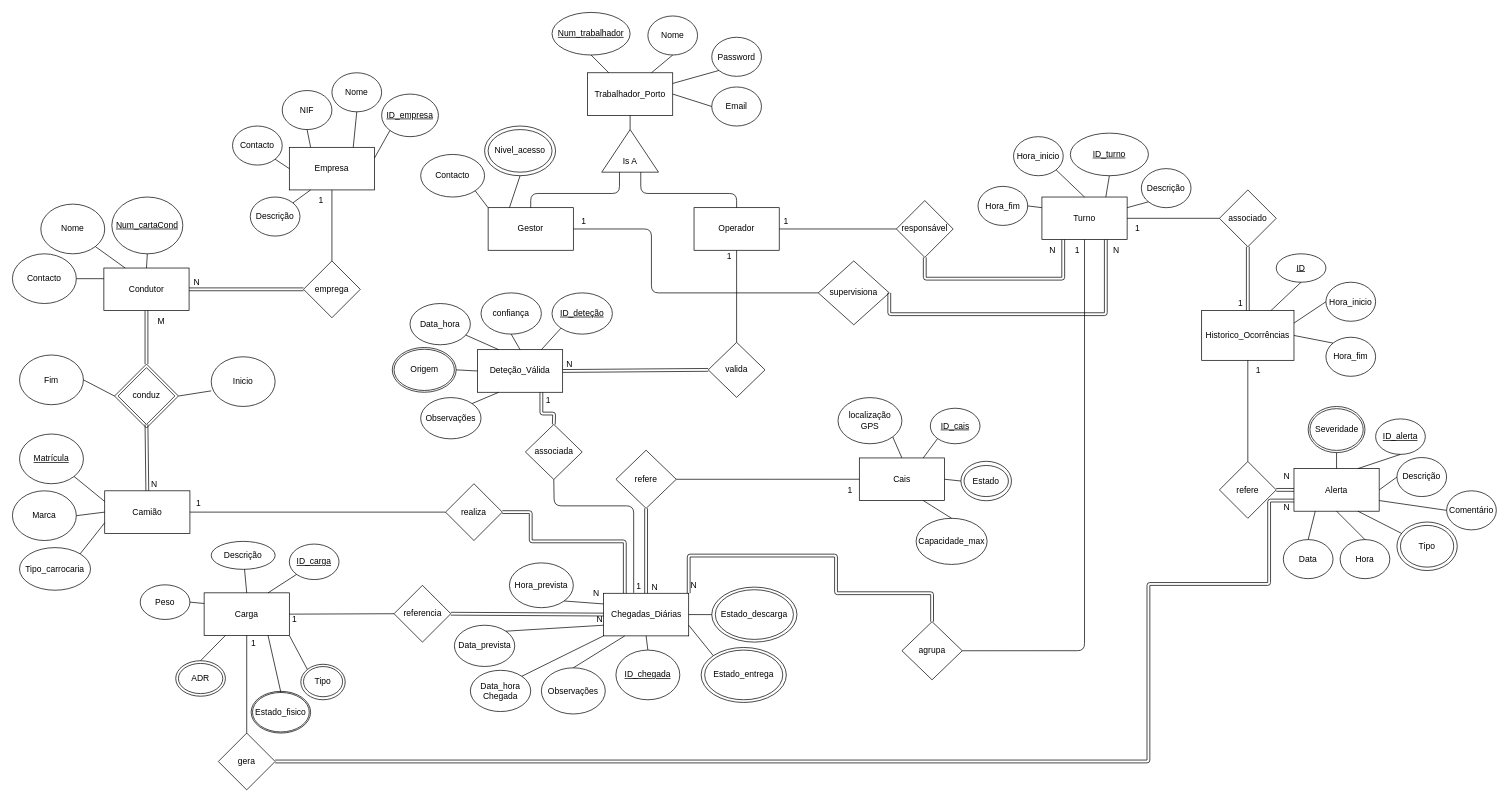
The draw.io diagram docs/BD/Relacional/DER-BD-IntelligentLogistics.drawio in PEI-HAZARDS/IntelligentLogistics, before the edit. Source tidied: cells renumbered, new cells numbered last; positions are measured from the earlier drawing's top-left corner, leaving out a move shared by most shapes. Both pictures are drawn from the tidied source at 71%, with x=0, y=0 at pixel (12, 12).
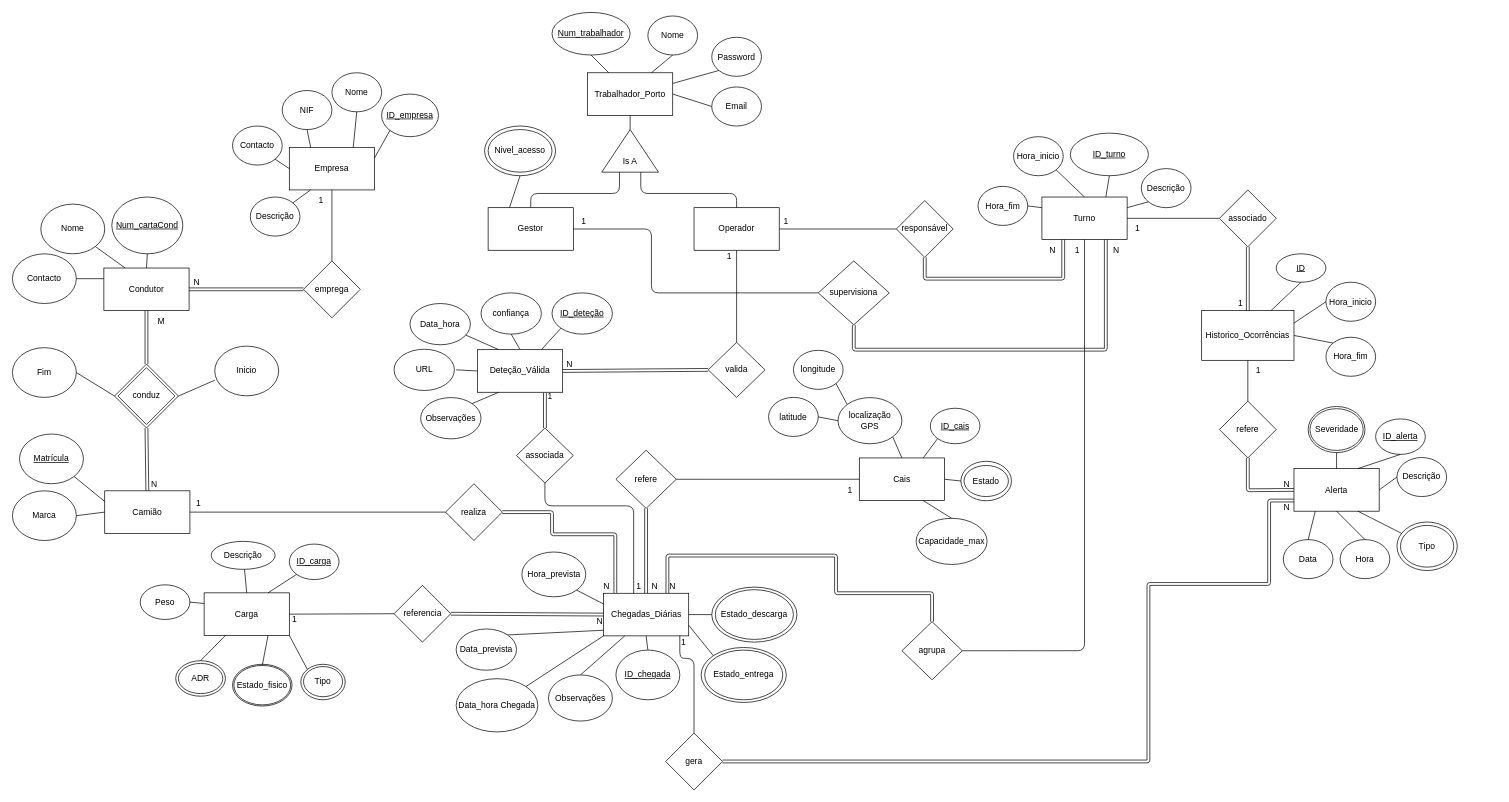
The same diagram, later.

Unchanged cells that the change refers to:
```xml
<mxCell id="2" style="rhombus;whiteSpace=wrap;html=1;" parent="1" vertex="1">
  <mxGeometry x="143.8" y="495.3" width="90" height="90" as="geometry" />
</mxCell>
<mxCell id="3" value="Alerta" style="rounded=0;whiteSpace=wrap;html=1;" parent="1" vertex="1">
  <mxGeometry x="1805" y="642.5" width="120" height="60" as="geometry" />
</mxCell>
<mxCell id="5" value="Chegadas_Diárias" style="rounded=0;whiteSpace=wrap;html=1;" parent="1" vertex="1">
  <mxGeometry x="832.5" y="818.1" width="120" height="60" as="geometry" />
</mxCell>
<mxCell id="6" value="Camião" style="rounded=0;whiteSpace=wrap;html=1;" parent="1" vertex="1">
  <mxGeometry x="130" y="673.8" width="120" height="60" as="geometry" />
</mxCell>
<mxCell id="7" value="Gestor" style="rounded=0;whiteSpace=wrap;html=1;" parent="1" vertex="1">
  <mxGeometry x="670" y="275" width="120" height="60" as="geometry" />
</mxCell>
<mxCell id="8" value="Carga" style="rounded=0;whiteSpace=wrap;html=1;" parent="1" vertex="1">
  <mxGeometry x="270" y="817.5" width="120" height="60" as="geometry" />
</mxCell>
<mxCell id="11" value="Turno" style="rounded=0;whiteSpace=wrap;html=1;" parent="1" vertex="1">
  <mxGeometry x="1450" y="260" width="120" height="60" as="geometry" />
</mxCell>
<mxCell id="88" value="localização GPS" style="ellipse;whiteSpace=wrap;html=1;" parent="1" vertex="1">
  <mxGeometry x="1162.8" y="542.5" width="90" height="65" as="geometry" />
</mxCell>
<mxCell id="118" value="supervisiona" style="rhombus;whiteSpace=wrap;html=1;" parent="1" vertex="1">
  <mxGeometry x="1135" y="350" width="100" height="90" as="geometry" />
</mxCell>
<mxCell id="138" value="realiza" style="rhombus;whiteSpace=wrap;html=1;" parent="1" vertex="1">
  <mxGeometry x="610" y="663.8" width="80" height="80" as="geometry" />
</mxCell>
<mxCell id="145" value="agrupa" style="rhombus;whiteSpace=wrap;html=1;" parent="1" vertex="1">
  <mxGeometry x="1252.8" y="858.1" width="85" height="81.9" as="geometry" />
</mxCell>
<mxCell id="160" value="Deteção_Válida" style="rounded=0;whiteSpace=wrap;html=1;" parent="1" vertex="1">
  <mxGeometry x="655" y="475" width="120" height="60" as="geometry" />
</mxCell>
<mxCell id="174" value="1" style="text;html=1;align=center;verticalAlign=middle;whiteSpace=wrap;rounded=0;" parent="1" vertex="1">
  <mxGeometry x="875" y="798.1" width="15" height="20" as="geometry" />
</mxCell>
<mxCell id="190" value="conduz" style="rhombus;whiteSpace=wrap;html=1;" parent="1" vertex="1">
  <mxGeometry x="148.8" y="500.3" width="80" height="80" as="geometry" />
</mxCell>
```

The edit, as a diff of the source:
```diff
@@
+    <mxCell id="30" style="endArrow=none;html=1;entryX=0.01;entryY=0.867;entryDx=0;entryDy=0;exitX=1;exitY=0;exitDx=0;exitDy=0;entryPerimeter=0;" parent="1" edge="1" source="28" target="5">
+      <mxGeometry relative="1" as="geometry" />
+    </mxCell>
@@
-    <mxCell id="18" value="Tipo_carrocaria" style="ellipse;whiteSpace=wrap;html=1;" parent="1" vertex="1">
-      <mxGeometry x="10" y="753.8" width="100" height="60" as="geometry" />
-    </mxCell>
-    <mxCell id="19" style="endArrow=none;html=1;entryX=1;entryY=0;entryDx=0;entryDy=0;exitX=0;exitY=0.75;exitDx=0;exitDy=0;" parent="1" edge="1" source="6" target="18">
-      <mxGeometry relative="1" as="geometry" />
-    </mxCell>
@@
     <mxCell id="28" value="Data_prevista" style="ellipse;whiteSpace=wrap;html=1;" parent="1" vertex="1">
-      <mxGeometry x="622.5" y="863.1" width="85" height="58.1" as="geometry" />
+      <mxGeometry x="625" y="868.4" width="85" height="58.1" as="geometry" />
     </mxCell>
     <mxCell id="29" value="Hora_prevista" style="ellipse;whiteSpace=wrap;html=1;" parent="1" vertex="1">
-      <mxGeometry x="700" y="775.3" width="90" height="63.1" as="geometry" />
+      <mxGeometry x="717.5" y="760" width="90" height="63.1" as="geometry" />
     </mxCell>
-    <mxCell id="30" style="endArrow=none;html=1;entryX=0;entryY=0.75;entryDx=0;entryDy=0;exitX=1;exitY=0;exitDx=0;exitDy=0;" parent="1" edge="1" source="28" target="5">
-      <mxGeometry relative="1" as="geometry" />
-    </mxCell>
@@
     <mxCell id="37" value="Observações" style="ellipse;whiteSpace=wrap;html=1;" parent="1" vertex="1">
-      <mxGeometry x="745" y="923.1" width="90" height="65" as="geometry" />
+      <mxGeometry x="755" y="933.1" width="90" height="65" as="geometry" />
     </mxCell>
@@
-    <mxCell id="54" value="Contacto" style="ellipse;whiteSpace=wrap;html=1;" parent="1" vertex="1">
-      <mxGeometry x="575" y="200" width="90" height="60" as="geometry" />
-    </mxCell>
@@
-    <mxCell id="56" style="endArrow=none;html=1;exitX=1;exitY=1;exitDx=0;exitDy=0;entryX=0;entryY=0;entryDx=0;entryDy=0;" parent="1" edge="1" source="54" target="7">
-      <mxGeometry relative="1" as="geometry" />
-    </mxCell>
@@
-    <mxCell id="120" style="endArrow=none;html=1;exitX=1;exitY=0.5;exitDx=0;exitDy=0;entryX=0.75;entryY=1;entryDx=0;entryDy=0;shape=link;edgeStyle=orthogonalEdgeStyle;" parent="1" edge="1" source="118" target="11">
+    <mxCell id="120" style="endArrow=none;html=1;exitX=0.5;exitY=1;exitDx=0;exitDy=0;entryX=0.75;entryY=1;entryDx=0;entryDy=0;shape=link;edgeStyle=orthogonalEdgeStyle;" parent="1" edge="1" source="118" target="11">
       <mxGeometry relative="1" as="geometry">
         <Array as="points">
-          <mxPoint x="1235" y="425" />
-          <mxPoint x="1540" y="425" />
+          <mxPoint x="1185" y="475" />
+          <mxPoint x="1540" y="475" />
         </Array>
       </mxGeometry>
     </mxCell>
@@
     <mxCell id="126" value="refere" style="rhombus;whiteSpace=wrap;html=1;" parent="1" vertex="1">
-      <mxGeometry x="1700" y="632.5" width="80" height="80" as="geometry" />
+      <mxGeometry x="1700" y="547.5" width="80" height="80" as="geometry" />
     </mxCell>
@@
-    <mxCell id="131" style="endArrow=none;html=1;exitX=0;exitY=0.5;exitDx=0;exitDy=0;entryX=1;entryY=0.5;entryDx=0;entryDy=0;shape=link;" parent="1" edge="1" source="3" target="126">
-      <mxGeometry relative="1" as="geometry" />
+    <mxCell id="131" style="endArrow=none;html=1;exitX=0;exitY=0.5;exitDx=0;exitDy=0;entryX=0.5;entryY=1;entryDx=0;entryDy=0;shape=link;" parent="1" edge="1" source="3" target="126">
+      <mxGeometry relative="1" as="geometry">
+        <Array as="points">
+          <mxPoint x="1740" y="673" />
+        </Array>
+      </mxGeometry>
     </mxCell>
     <mxCell id="132" value="N" style="text;html=1;align=center;verticalAlign=middle;whiteSpace=wrap;rounded=0;" parent="1" vertex="1">
-      <mxGeometry x="1780" y="639.4" width="30" height="30" as="geometry" />
+      <mxGeometry x="1780" y="650" width="30" height="30" as="geometry" />
     </mxCell>
@@
     <mxCell id="136" value="N" style="text;html=1;align=center;verticalAlign=middle;whiteSpace=wrap;rounded=0;" parent="1" vertex="1">
-      <mxGeometry x="875" y="795" width="60" height="30" as="geometry" />
+      <mxGeometry x="895" y="793.1" width="20" height="30" as="geometry" />
     </mxCell>
@@
     <mxCell id="141" value="N" style="text;html=1;align=center;verticalAlign=middle;whiteSpace=wrap;rounded=0;" parent="1" vertex="1">
-      <mxGeometry x="945" y="791.9" width="30" height="30" as="geometry" />
+      <mxGeometry x="915" y="793.1" width="30" height="30" as="geometry" />
     </mxCell>
-    <mxCell id="142" style="endArrow=none;html=1;exitX=0.25;exitY=0;exitDx=0;exitDy=0;entryX=1;entryY=0.5;entryDx=0;entryDy=0;shape=link;edgeStyle=orthogonalEdgeStyle;" parent="1" edge="1" source="5" target="138">
+    <mxCell id="142" style="endArrow=none;html=1;entryX=1;entryY=0.5;entryDx=0;entryDy=0;shape=link;edgeStyle=orthogonalEdgeStyle;exitX=0.139;exitY=-0.009;exitDx=0;exitDy=0;exitPerimeter=0;" parent="1" edge="1" source="5" target="138">
       <mxGeometry relative="1" as="geometry">
         <Array as="points">
-          <mxPoint x="863" y="745" />
-          <mxPoint x="730" y="745" />
-          <mxPoint x="730" y="704" />
+          <mxPoint x="849" y="735" />
+          <mxPoint x="760" y="735" />
+          <mxPoint x="760" y="704" />
         </Array>
       </mxGeometry>
     </mxCell>
     <mxCell id="143" value="N" style="text;html=1;align=center;verticalAlign=middle;whiteSpace=wrap;rounded=0;" parent="1" vertex="1">
-      <mxGeometry x="800" y="806.2" width="45" height="23.8" as="geometry" />
+      <mxGeometry x="827.5" y="800.6" width="17.5" height="17.5" as="geometry" />
     </mxCell>
@@
-    <mxCell id="146" style="endArrow=none;html=1;entryX=0.5;entryY=0;entryDx=0;entryDy=0;exitX=1;exitY=0;exitDx=0;exitDy=0;shape=link;edgeStyle=orthogonalEdgeStyle;" parent="1" edge="1" source="5" target="145">
+    <mxCell id="146" style="endArrow=none;html=1;entryX=0.5;entryY=0;entryDx=0;entryDy=0;exitX=0.75;exitY=0;exitDx=0;exitDy=0;shape=link;edgeStyle=orthogonalEdgeStyle;" parent="1" edge="1" source="5" target="145">
       <mxGeometry relative="1" as="geometry">
         <Array as="points">
-          <mxPoint x="953" y="765" />
+          <mxPoint x="923" y="765" />
           <mxPoint x="1160" y="765" />
           <mxPoint x="1160" y="818" />
           <mxPoint x="1295" y="818" />
         </Array>
       </mxGeometry>
     </mxCell>
@@
     <mxCell id="150" value="gera" style="rhombus;whiteSpace=wrap;html=1;" parent="1" vertex="1">
-      <mxGeometry x="290" y="1015" width="80" height="80" as="geometry" />
+      <mxGeometry x="920" y="1015" width="80" height="80" as="geometry" />
     </mxCell>
-    <mxCell id="151" style="endArrow=none;html=1;exitX=0.5;exitY=0;exitDx=0;exitDy=0;entryX=0.5;entryY=1;entryDx=0;entryDy=0;" parent="1" edge="1" source="150" target="8">
-      <mxGeometry relative="1" as="geometry" />
-    </mxCell>
@@
-    <mxCell id="153" value="1" style="text;html=1;align=center;verticalAlign=middle;whiteSpace=wrap;rounded=0;" parent="1" vertex="1">
-      <mxGeometry x="310" y="873.8" width="60" height="30" as="geometry" />
-    </mxCell>
@@
-    <mxCell id="162" value="Origem" style="ellipse;whiteSpace=wrap;html=1;" parent="1" vertex="1">
+    <mxCell id="162" value="URL" style="ellipse;whiteSpace=wrap;html=1;" parent="1" vertex="1">
       <mxGeometry x="537.5" y="474.4" width="85" height="58.1" as="geometry" />
     </mxCell>
-    <mxCell id="163" style="ellipse;whiteSpace=wrap;html=1;fillColor=none;" parent="1" vertex="1">
-      <mxGeometry x="535" y="471.9" width="90" height="63.1" as="geometry" />
-    </mxCell>
@@
-    <mxCell id="170" style="endArrow=none;html=1;exitX=1;exitY=0.5;exitDx=0;exitDy=0;entryX=0;entryY=0.5;entryDx=0;entryDy=0;" parent="1" edge="1" source="163" target="160">
-      <mxGeometry relative="1" as="geometry" />
+    <mxCell id="170" style="endArrow=none;html=1;exitX=1;exitY=0.5;exitDx=0;exitDy=0;entryX=0;entryY=0.5;entryDx=0;entryDy=0;" parent="1" edge="1" target="160">
+      <mxGeometry relative="1" as="geometry">
+        <mxPoint x="625" y="503.4" as="sourcePoint" />
+      </mxGeometry>
     </mxCell>
@@
     <mxCell id="173" value="associada" style="rhombus;whiteSpace=wrap;html=1;" parent="1" vertex="1">
-      <mxGeometry x="722.5" y="580.3" width="80" height="77.5" as="geometry" />
+      <mxGeometry x="710" y="585.3" width="80" height="77.5" as="geometry" />
     </mxCell>
@@
     <mxCell id="175" value="1" style="text;html=1;align=center;verticalAlign=middle;whiteSpace=wrap;rounded=0;" parent="1" vertex="1">
-      <mxGeometry x="745" y="540" width="20" height="12.5" as="geometry" />
+      <mxGeometry x="750" y="535" width="15" height="12.5" as="geometry" />
     </mxCell>
@@
-    <mxCell id="180" value="Comentário" style="ellipse;whiteSpace=wrap;html=1;" parent="1" vertex="1">
-      <mxGeometry x="2020" y="673.8" width="70" height="55" as="geometry" />
-    </mxCell>
-    <mxCell id="181" style="endArrow=none;html=1;exitX=0;exitY=0.5;exitDx=0;exitDy=0;entryX=1;entryY=0.75;entryDx=0;entryDy=0;" parent="1" edge="1" source="180" target="3">
-      <mxGeometry relative="1" as="geometry" />
-    </mxCell>
@@
     <mxCell id="189" value="N" style="text;html=1;align=center;verticalAlign=middle;whiteSpace=wrap;rounded=0;" parent="1" vertex="1">
-      <mxGeometry x="820" y="845" width="15" height="20" as="geometry" />
+      <mxGeometry x="820" y="848.4" width="15" height="20" as="geometry" />
     </mxCell>
@@
-    <mxCell id="193" style="endArrow=none;html=1;exitX=0.5;exitY=0;exitDx=0;exitDy=0;entryX=0.5;entryY=1;entryDx=0;entryDy=0;shape=link;" parent="1" edge="1" source="6" target="190">
+    <mxCell id="193" style="endArrow=none;html=1;exitX=0.5;exitY=0;exitDx=0;exitDy=0;entryX=0.5;entryY=1;entryDx=0;entryDy=0;shape=link;" parent="1" edge="1" source="6" target="2">
       <mxGeometry relative="1" as="geometry" />
     </mxCell>
@@
     <mxCell id="195" value="Inicio" style="ellipse;whiteSpace=wrap;html=1;" parent="1" vertex="1">
-      <mxGeometry x="280" y="485" width="90" height="70" as="geometry" />
+      <mxGeometry x="285" y="470" width="90" height="70" as="geometry" />
     </mxCell>
     <mxCell id="196" value="Fim" style="ellipse;whiteSpace=wrap;html=1;" parent="1" vertex="1">
-      <mxGeometry x="10" y="482.5" width="90" height="70" as="geometry" />
+      <mxGeometry y="472.2" width="90" height="70" as="geometry" />
     </mxCell>
@@
     <mxCell id="199" value="Estado_fisico" style="ellipse;whiteSpace=wrap;html=1;" parent="1" vertex="1">
-      <mxGeometry x="336.2" y="956.2" width="83.8" height="58.8" as="geometry" />
+      <mxGeometry x="310" y="918.1" width="83.8" height="58.8" as="geometry" />
     </mxCell>
     <mxCell id="200" style="ellipse;whiteSpace=wrap;html=1;fillColor=none;" parent="1" vertex="1">
-      <mxGeometry x="338.1" y="957.8" width="80" height="55.6" as="geometry" />
+      <mxGeometry x="311.9" y="919.7" width="80" height="55.6" as="geometry" />
     </mxCell>
@@
-    <mxCell id="202" style="endArrow=none;html=1;entryX=0.75;entryY=1;entryDx=0;entryDy=0;exitX=0.5;exitY=0;exitDx=0;exitDy=0;shape=link;" parent="1" edge="1" source="173" target="160">
+    <mxCell id="202" style="endArrow=none;html=1;exitX=0.5;exitY=0;exitDx=0;exitDy=0;shape=link;" parent="1" edge="1" source="173">
       <mxGeometry relative="1" as="geometry">
-        <Array as="points">
-          <mxPoint x="763" y="565" />
-          <mxPoint x="745" y="565" />
-        </Array>
+        <mxPoint x="750" y="536" as="targetPoint" />
       </mxGeometry>
     </mxCell>
-    <mxCell id="203" style="endArrow=none;html=1;entryX=0.5;entryY=1;entryDx=0;entryDy=0;exitX=0;exitY=0.75;exitDx=0;exitDy=0;" parent="1" edge="1" source="136" target="173">
+    <mxCell id="203" style="endArrow=none;html=1;entryX=0.5;entryY=1;entryDx=0;entryDy=0;exitX=0;exitY=1;exitDx=0;exitDy=0;" parent="1" edge="1" source="174" target="173">
       <mxGeometry relative="1" as="geometry">
         <Array as="points">
           <mxPoint x="875" y="695" />
-          <mxPoint x="763" y="695" />
+          <mxPoint x="750" y="695" />
         </Array>
       </mxGeometry>
     </mxCell>
-    <mxCell id="204" value="Data_hora&lt;div&gt;Chegada&lt;/div&gt;" style="ellipse;whiteSpace=wrap;html=1;" parent="1" vertex="1">
-      <mxGeometry x="645" y="926.6" width="85" height="58.1" as="geometry" />
+    <mxCell id="204" value="Data_hora&amp;nbsp;Chegada" style="ellipse;whiteSpace=wrap;html=1;" parent="1" vertex="1">
+      <mxGeometry x="625" y="938.4" width="115" height="75" as="geometry" />
     </mxCell>
@@
+    <mxCell id="206" style="endArrow=none;html=1;entryX=0.5;entryY=1;entryDx=0;entryDy=0;exitX=0.5;exitY=0;exitDx=0;exitDy=0;" parent="1" edge="1" source="150">
+      <mxGeometry relative="1" as="geometry">
+        <mxPoint x="940" y="877.5" as="targetPoint" />
+        <Array as="points">
+          <mxPoint x="960" y="910" />
+          <mxPoint x="940" y="909.5" />
+        </Array>
+      </mxGeometry>
+    </mxCell>
+    <mxCell id="153" value="1" style="text;html=1;align=center;verticalAlign=middle;whiteSpace=wrap;rounded=0;" parent="1" vertex="1">
+      <mxGeometry x="937.5" y="878.1" width="15" height="20" as="geometry" />
+    </mxCell>
+    <mxCell id="207" value="latitude" style="ellipse;whiteSpace=wrap;html=1;" parent="1" vertex="1">
+      <mxGeometry x="1065" y="542.2" width="70" height="55" as="geometry" />
+    </mxCell>
+    <mxCell id="208" style="endArrow=none;html=1;exitX=0;exitY=0.5;exitDx=0;exitDy=0;entryX=1;entryY=0.5;entryDx=0;entryDy=0;" parent="1" edge="1" source="88" target="207">
+      <mxGeometry relative="1" as="geometry" />
+    </mxCell>
+    <mxCell id="209" value="longitude" style="ellipse;whiteSpace=wrap;html=1;" parent="1" vertex="1">
+      <mxGeometry x="1100" y="475.9" width="70" height="55" as="geometry" />
+    </mxCell>
+    <mxCell id="210" style="endArrow=none;html=1;exitX=0;exitY=0;exitDx=0;exitDy=0;entryX=1;entryY=1;entryDx=0;entryDy=0;" parent="1" edge="1" source="88" target="209">
+      <mxGeometry relative="1" as="geometry" />
+    </mxCell>
```
